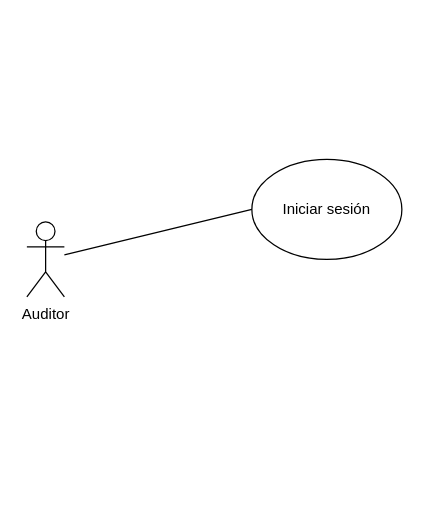
The draw.io diagram page "Gestión de usuarios" (1 of 3) of useCases.drawio in Carrivax/diagrams, before the edit. Source tidied: cells renumbered, new cells numbered last; positions are measured from the earlier drawing's top-left corner, leaving out a move shared by most shapes. Both pictures are drawn from the tidied source at 125%, with x=0, y=0 at pixel (26, 159).
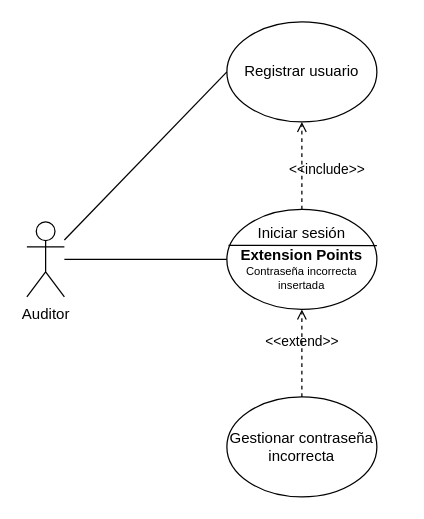
The same diagram, later.

What changed in the source:
```diff
@@
 <mxGraphModel>
   <root>
     <mxCell id="0" />
     <mxCell id="1" parent="0" />
     <mxCell id="2" value="&lt;div&gt;Auditor&lt;/div&gt;&lt;div&gt;&lt;br&gt;&lt;/div&gt;" style="shape=umlActor;verticalLabelPosition=bottom;verticalAlign=top;html=1;outlineConnect=0;" parent="1" vertex="1">
       <mxGeometry y="50" width="30" height="60" as="geometry" />
     </mxCell>
+    <mxCell id="5" style="group;" parent="1" vertex="1">
+      <mxGeometry x="160" y="40" width="120" height="80" as="geometry" />
+    </mxCell>
-    <mxCell id="3" value="Iniciar sesión" style="ellipse;whiteSpace=wrap;html=1;" parent="1" vertex="1">
-      <mxGeometry x="180" width="120" height="80" as="geometry" />
+    <mxCell id="3" value="&lt;div&gt;Iniciar sesión&lt;/div&gt;&lt;div&gt;&lt;br&gt;&lt;/div&gt;&lt;div&gt;&lt;br&gt;&lt;/div&gt;&lt;div&gt;&lt;br&gt;&lt;/div&gt;" style="ellipse;whiteSpace=wrap;html=1;" parent="5" vertex="1">
+      <mxGeometry width="120" height="80" as="geometry" />
     </mxCell>
+    <mxCell id="6" style="endArrow=none;html=1;exitX=0.011;exitY=0.348;exitDx=0;exitDy=0;exitPerimeter=0;" parent="5" edge="1">
+      <mxGeometry relative="1" as="geometry">
+        <mxPoint x="1.3" y="28.8" as="sourcePoint" />
+        <mxPoint x="120" y="29" as="targetPoint" />
+      </mxGeometry>
+    </mxCell>
+    <mxCell id="7" value="&lt;div&gt;&lt;b&gt;Extension Points&lt;/b&gt;&lt;/div&gt;&lt;div style=&quot;font-size: 9px&quot;&gt;Contraseña incorrecta insertada&lt;b&gt;&lt;br&gt;&lt;/b&gt;&lt;/div&gt;&lt;div&gt;&lt;b&gt;&lt;br&gt;&lt;/b&gt;&lt;/div&gt;" style="text;html=1;strokeColor=none;fillColor=none;align=center;verticalAlign=middle;whiteSpace=wrap;rounded=0;" parent="5" vertex="1">
+      <mxGeometry x="10" y="30" width="100" height="50" as="geometry" />
+    </mxCell>
+    <mxCell id="8" value="Gestionar contraseña incorrecta" style="ellipse;whiteSpace=wrap;html=1;" parent="1" vertex="1">
+      <mxGeometry x="160" y="190" width="120" height="80" as="geometry" />
+    </mxCell>
+    <mxCell id="9" value="&amp;lt;&amp;lt;extend&amp;gt;&amp;gt;" style="html=1;verticalAlign=bottom;labelBackgroundColor=none;endArrow=open;endFill=0;dashed=1;entryX=0.5;entryY=1;entryDx=0;entryDy=0;" parent="1" edge="1" source="8" target="7">
+      <mxGeometry relative="1" as="geometry" />
+    </mxCell>
     <mxCell id="4" style="endArrow=none;html=1;entryX=0;entryY=0.5;entryDx=0;entryDy=0;" parent="1" edge="1" source="2" target="3">
       <mxGeometry relative="1" as="geometry" />
     </mxCell>
+    <mxCell id="10" value="Registrar usuario" style="ellipse;whiteSpace=wrap;html=1;" parent="1" vertex="1">
+      <mxGeometry x="160" y="-110" width="120" height="80" as="geometry" />
+    </mxCell>
+    <mxCell id="11" style="endArrow=none;html=1;entryX=0;entryY=0.5;entryDx=0;entryDy=0;" parent="1" edge="1" source="2" target="10">
+      <mxGeometry relative="1" as="geometry" />
+    </mxCell>
+    <mxCell id="12" value="&amp;lt;&amp;lt;include&amp;gt;&amp;gt;" style="html=1;verticalAlign=bottom;labelBackgroundColor=none;endArrow=open;endFill=0;dashed=1;entryX=0.5;entryY=1;entryDx=0;entryDy=0;" parent="1" edge="1" source="3" target="10">
+      <mxGeometry x="-0.33" y="-20" relative="1" as="geometry" />
+    </mxCell>
   </root>
 </mxGraphModel>
```
